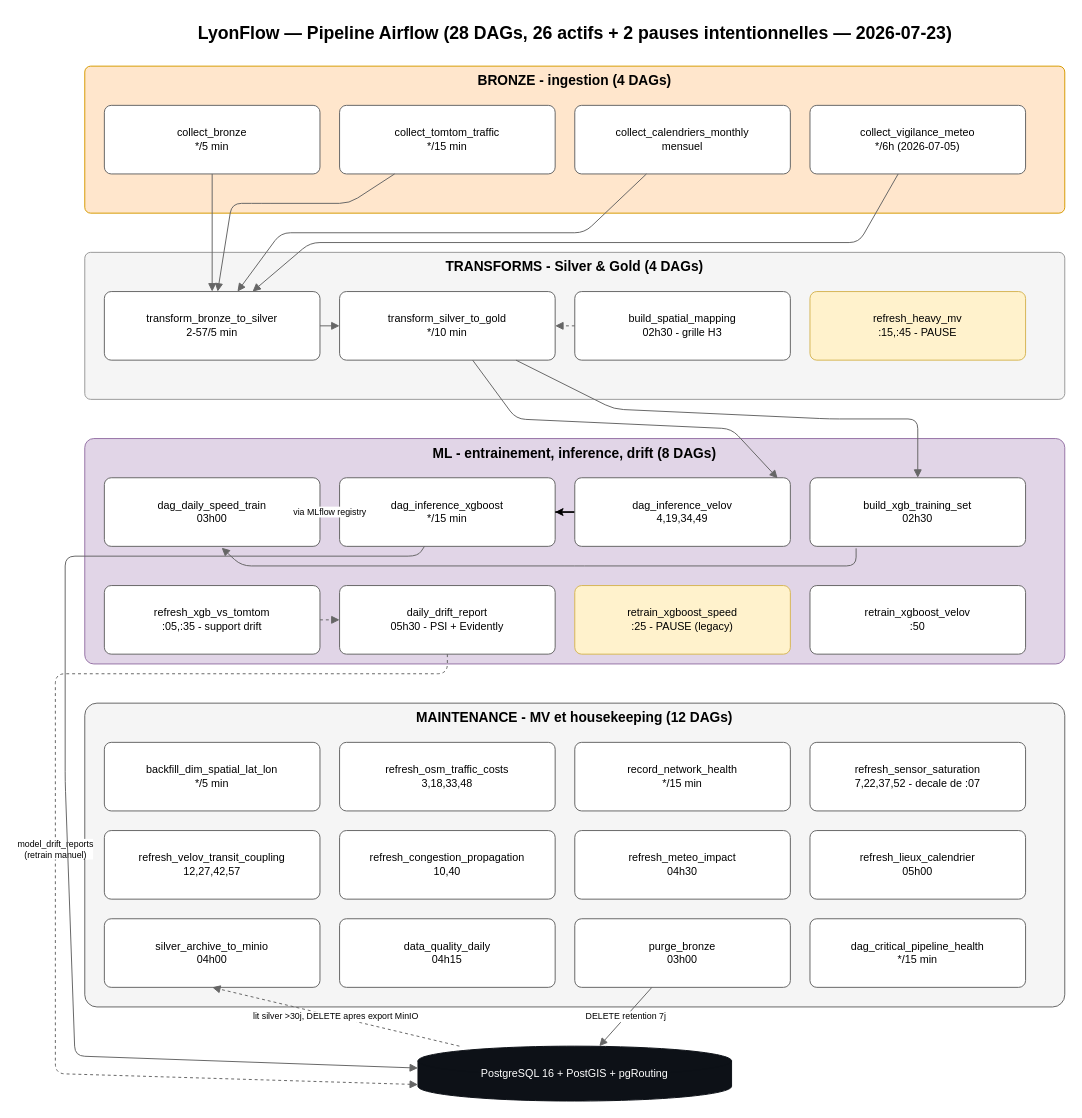
PDUCLOS/lyonflowfull keeps this draw.io diagram as présentation/drawio/04_pipeline_airflow.drawio. Above is the earlier version. Source tidied: cells renumbered, new cells numbered last; positions are measured from the earlier drawing's top-left corner, leaving out a move shared by most shapes. Both pictures are drawn from the tidied source at 98%, with x=0, y=0 at pixel (55, 17).
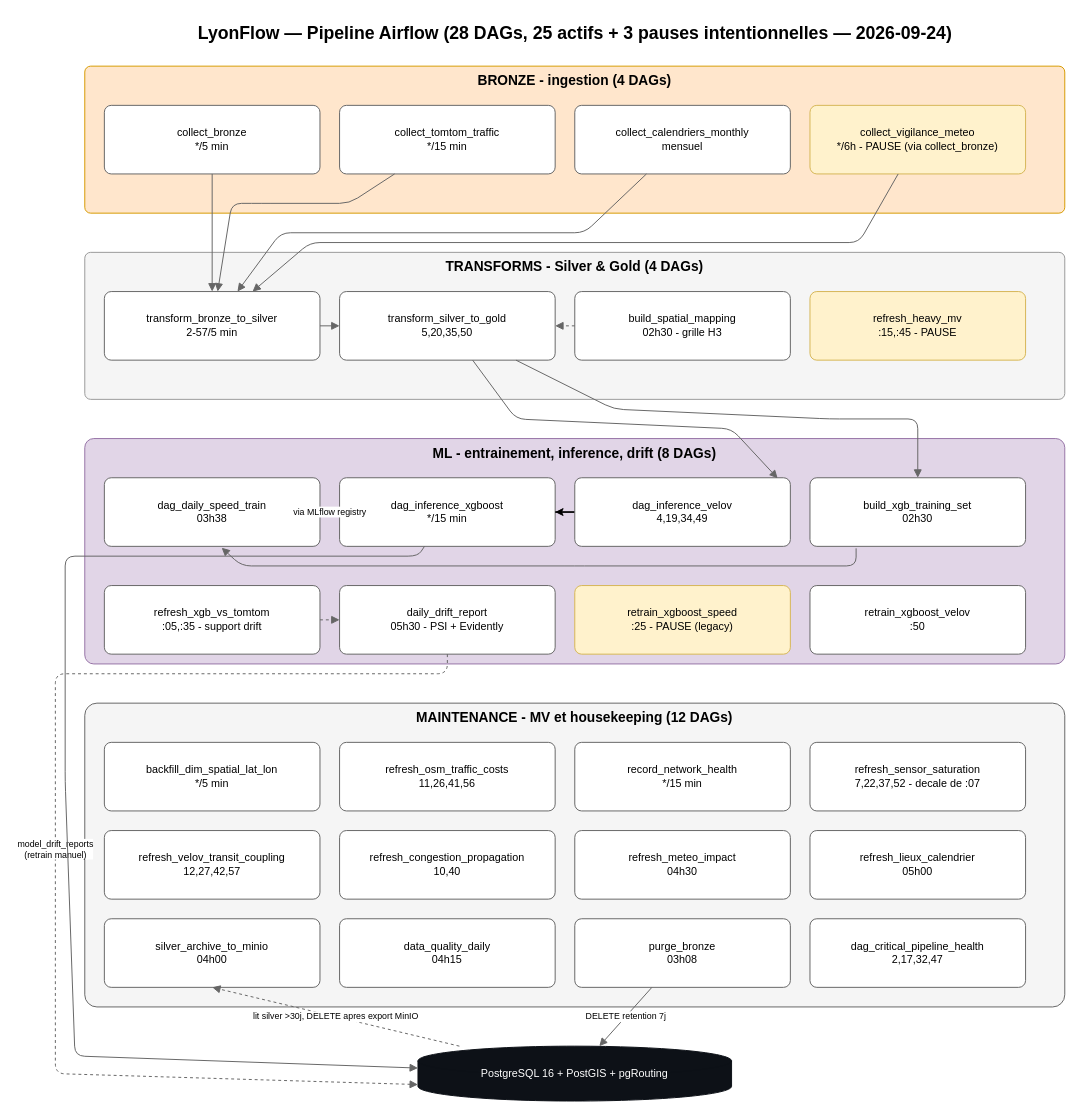
The same diagram, later.

Commit message (it also covers changes not shown here):
docs(présentation): chiffres, horaires et décompte des DAGs au 2026-09-24

The edit, as a diff of the source:
```diff
@@
-    <mxCell id="2" value="LyonFlow — Pipeline Airflow (28 DAGs, 26 actifs + 2 pauses intentionnelles — 2026-07-23)" style="text;html=1;fontSize=18;fontStyle=1;align=center;" parent="1" vertex="1">
+    <mxCell id="2" value="LyonFlow — Pipeline Airflow (28 DAGs, 25 actifs + 3 pauses intentionnelles — 2026-09-24)" style="text;html=1;fontSize=18;fontStyle=1;align=center;" parent="1" vertex="1">
       <mxGeometry x="30" width="1000" height="30" as="geometry" />
     </mxCell>
@@
-    <mxCell id="7" value="collect_vigilance_meteo&#10;*/6h (2026-07-05)" style="rounded=1;whiteSpace=wrap;html=1;fillColor=#ffffff;strokeColor=#666666;fontSize=11;arcSize=10;" parent="1" vertex="1">
+    <mxCell id="7" value="collect_vigilance_meteo&#10;*/6h - PAUSE (via collect_bronze)" style="rounded=1;whiteSpace=wrap;html=1;fillColor=#fff2cc;strokeColor=#d6b656;fontSize=11;arcSize=10;" parent="1" vertex="1">
       <mxGeometry x="770" y="90" width="220" height="70" as="geometry" />
     </mxCell>
@@
-    <mxCell id="10" value="transform_silver_to_gold&#10;*/10 min" style="rounded=1;whiteSpace=wrap;html=1;fillColor=#ffffff;strokeColor=#666666;fontSize=11;arcSize=10;" parent="1" vertex="1">
+    <mxCell id="10" value="transform_silver_to_gold&#10;5,20,35,50" style="rounded=1;whiteSpace=wrap;html=1;fillColor=#ffffff;strokeColor=#666666;fontSize=11;arcSize=10;" parent="1" vertex="1">
       <mxGeometry x="290" y="280" width="220" height="70" as="geometry" />
     </mxCell>
@@
-    <mxCell id="14" value="dag_daily_speed_train&#10;03h00" style="rounded=1;whiteSpace=wrap;html=1;fillColor=#ffffff;strokeColor=#666666;fontSize=11;arcSize=10;" parent="1" vertex="1">
+    <mxCell id="14" value="dag_daily_speed_train&#10;03h38" style="rounded=1;whiteSpace=wrap;html=1;fillColor=#ffffff;strokeColor=#666666;fontSize=11;arcSize=10;" parent="1" vertex="1">
       <mxGeometry x="50" y="470" width="220" height="70" as="geometry" />
     </mxCell>
@@
-    <mxCell id="25" value="refresh_osm_traffic_costs&#10;3,18,33,48" style="rounded=1;whiteSpace=wrap;html=1;fillColor=#ffffff;strokeColor=#666666;fontSize=11;arcSize=10;" parent="1" vertex="1">
+    <mxCell id="25" value="refresh_osm_traffic_costs&#10;11,26,41,56" style="rounded=1;whiteSpace=wrap;html=1;fillColor=#ffffff;strokeColor=#666666;fontSize=11;arcSize=10;" parent="1" vertex="1">
       <mxGeometry x="290" y="740" width="220" height="70" as="geometry" />
     </mxCell>
@@
-    <mxCell id="34" value="purge_bronze&#10;03h00" style="rounded=1;whiteSpace=wrap;html=1;fillColor=#ffffff;strokeColor=#666666;fontSize=11;arcSize=10;" parent="1" vertex="1">
+    <mxCell id="34" value="purge_bronze&#10;03h08" style="rounded=1;whiteSpace=wrap;html=1;fillColor=#ffffff;strokeColor=#666666;fontSize=11;arcSize=10;" parent="1" vertex="1">
       <mxGeometry x="530" y="920" width="220" height="70" as="geometry" />
     </mxCell>
-    <mxCell id="35" value="dag_critical_pipeline_health&#10;*/15 min" style="rounded=1;whiteSpace=wrap;html=1;fillColor=#ffffff;strokeColor=#666666;fontSize=11;arcSize=10;" parent="1" vertex="1">
+    <mxCell id="35" value="dag_critical_pipeline_health&#10;2,17,32,47" style="rounded=1;whiteSpace=wrap;html=1;fillColor=#ffffff;strokeColor=#666666;fontSize=11;arcSize=10;" parent="1" vertex="1">
       <mxGeometry x="770" y="920" width="220" height="70" as="geometry" />
     </mxCell>
```
